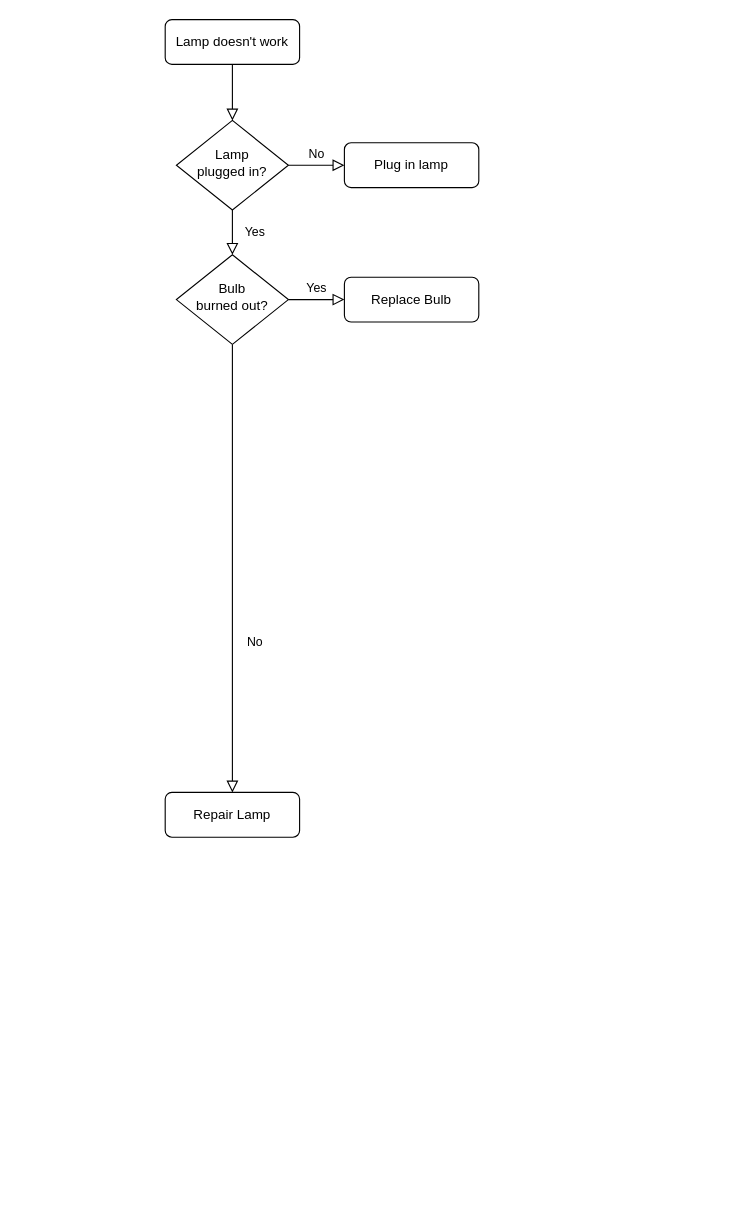
Before: 未命名绘图.drawio in chenshengwei1/learning, a draw.io diagram. Source tidied: cells renumbered, new cells numbered last; positions are measured from the earlier drawing's top-left corner, leaving out a move shared by most shapes. Both pictures are drawn from the tidied source at 112%, with x=0, y=0 at pixel (165, 19).
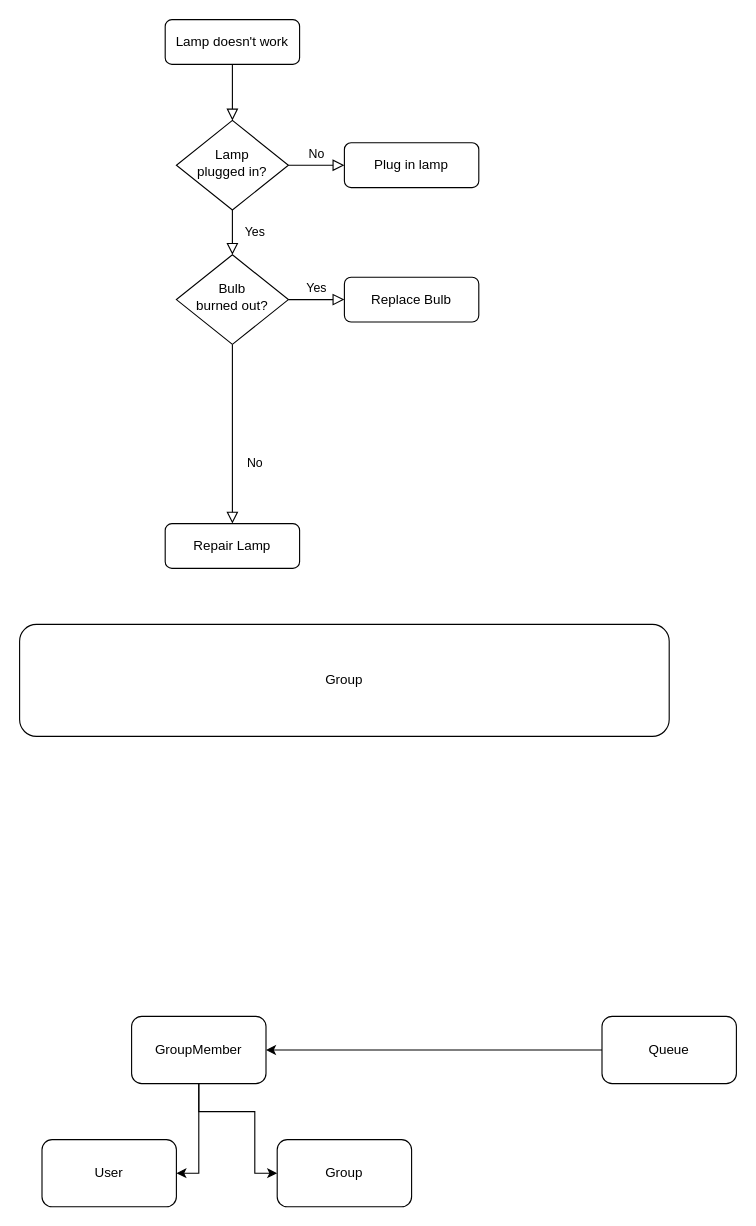
After the change.

Commit message:
更新未命名绘图.drawio

Diff of the diagram source:
```diff
@@
     <mxCell id="11" value="Repair Lamp" style="rounded=1;whiteSpace=wrap;html=1;fontSize=12;glass=0;strokeWidth=1;shadow=0;" parent="1" vertex="1">
-      <mxGeometry y="690" width="120" height="40" as="geometry" />
+      <mxGeometry y="450" width="120" height="40" as="geometry" />
     </mxCell>
@@
+    <mxCell id="13" value="Group" style="rounded=1;whiteSpace=wrap;html=1;" parent="1" vertex="1">
+      <mxGeometry x="-130" y="540" width="580" height="100" as="geometry" />
+    </mxCell>
+    <mxCell id="14" style="edgeStyle=orthogonalEdgeStyle;rounded=0;jettySize=auto;html=1;entryX=1;entryY=0.5;entryDx=0;entryDy=0;" parent="1" edge="1" source="15" target="18">
+      <mxGeometry relative="1" as="geometry" />
+    </mxCell>
+    <mxCell id="15" value="Queue" style="rounded=1;whiteSpace=wrap;html=1;" parent="1" vertex="1">
+      <mxGeometry x="390" y="890" width="120" height="60" as="geometry" />
+    </mxCell>
+    <mxCell id="16" style="edgeStyle=orthogonalEdgeStyle;rounded=0;jettySize=auto;html=1;exitX=0.5;exitY=1;exitDx=0;exitDy=0;entryX=1;entryY=0.5;entryDx=0;entryDy=0;" parent="1" edge="1" source="18" target="19">
+      <mxGeometry relative="1" as="geometry" />
+    </mxCell>
+    <mxCell id="17" style="edgeStyle=orthogonalEdgeStyle;rounded=0;jettySize=auto;html=1;entryX=0;entryY=0.5;entryDx=0;entryDy=0;" parent="1" edge="1" target="20">
+      <mxGeometry relative="1" as="geometry">
+        <mxPoint x="30" y="950" as="sourcePoint" />
+        <Array as="points">
+          <mxPoint x="30" y="975" />
+          <mxPoint x="80" y="975" />
+          <mxPoint x="80" y="1030" />
+        </Array>
+      </mxGeometry>
+    </mxCell>
+    <mxCell id="18" value="GroupMember" style="rounded=1;whiteSpace=wrap;html=1;" parent="1" vertex="1">
+      <mxGeometry x="-30" y="890" width="120" height="60" as="geometry" />
+    </mxCell>
+    <mxCell id="19" value="User" style="rounded=1;whiteSpace=wrap;html=1;" parent="1" vertex="1">
+      <mxGeometry x="-110" y="1000" width="120" height="60" as="geometry" />
+    </mxCell>
+    <mxCell id="20" value="Group" style="rounded=1;whiteSpace=wrap;html=1;" parent="1" vertex="1">
+      <mxGeometry x="100" y="1000" width="120" height="60" as="geometry" />
+    </mxCell>
+    <mxCell id="21" style="edgeStyle=orthogonalEdgeStyle;rounded=0;orthogonalLoop=1;jettySize=auto;html=1;exitX=0.5;exitY=1;exitDx=0;exitDy=0;" parent="1" edge="1" source="13" target="13">
+      <mxGeometry relative="1" as="geometry" />
+    </mxCell>
```
